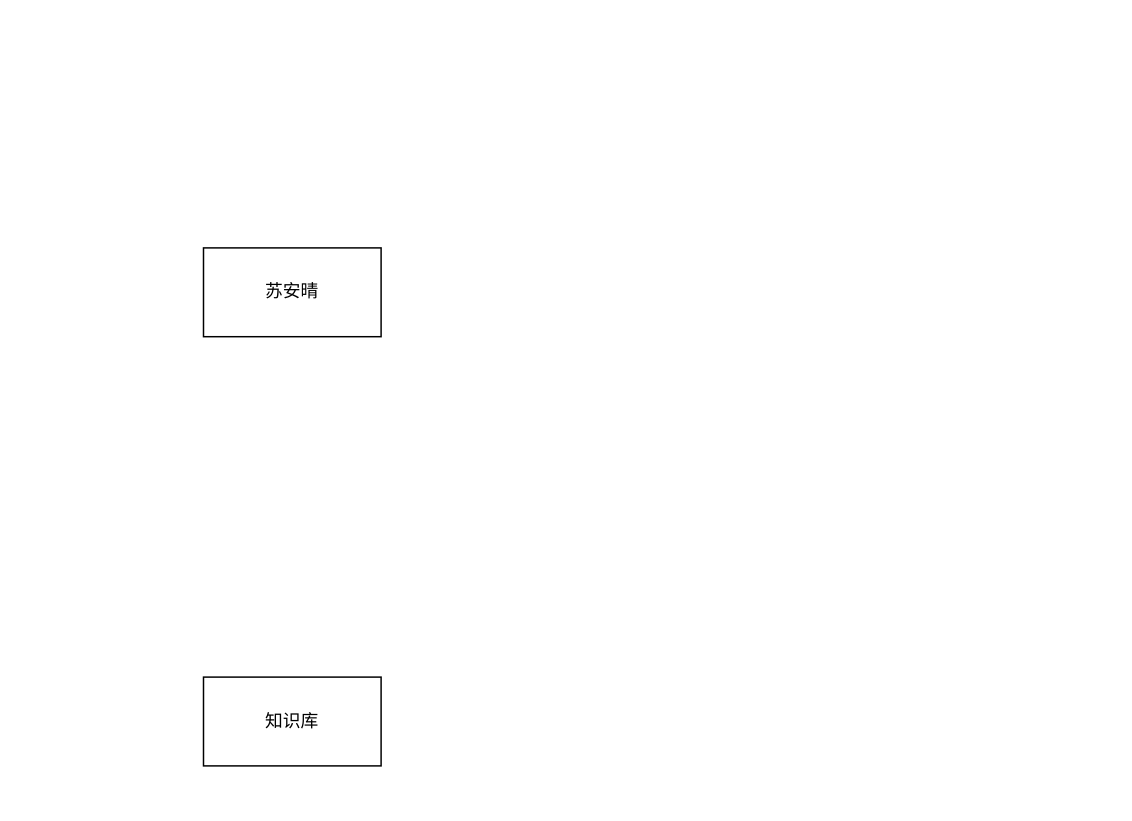
Earlier version of the draw.io diagram drawio/yj-个人知识库.drawio (wanthigh/docs). Source tidied: cells renumbered, new cells numbered last; positions are measured from the earlier drawing's top-left corner, leaving out a move shared by most shapes. Both pictures are drawn from the tidied source at 148%, with x=0, y=0 at pixel (203, 247).
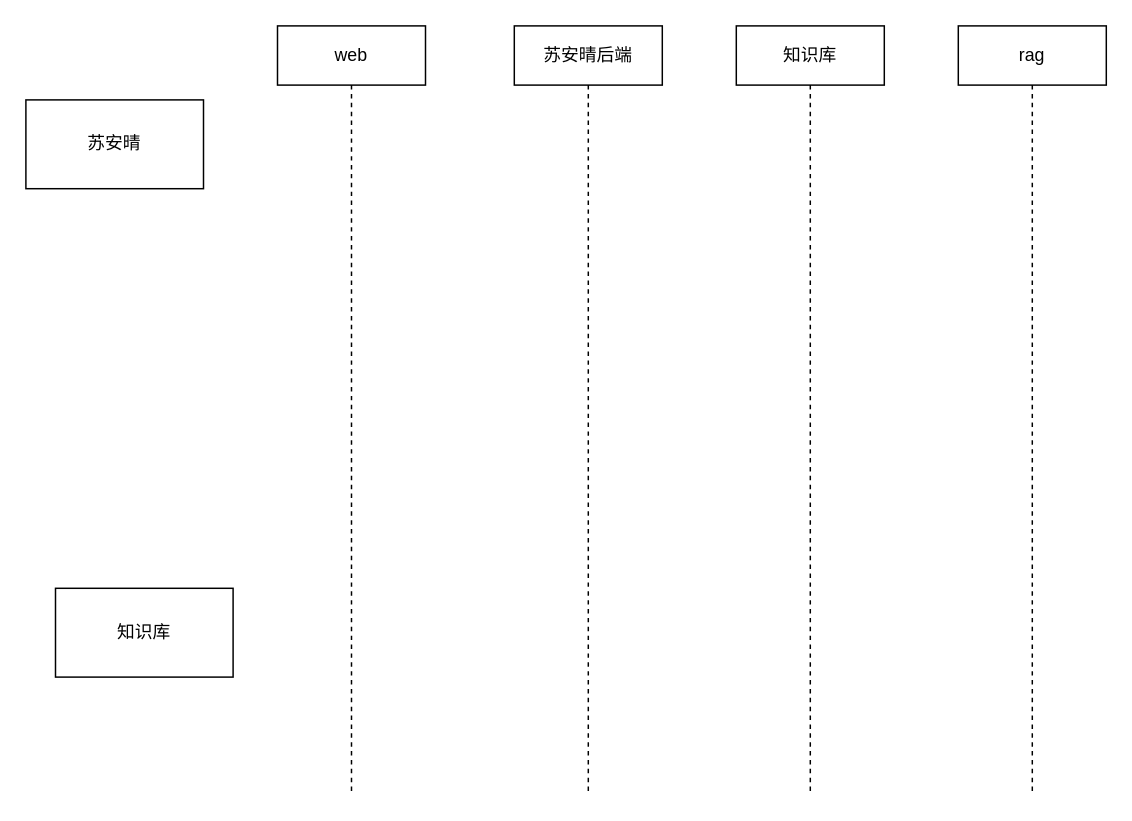
After the change.

Commit message (it also covers changes not shown here):
更新yj-个人知识库.drawio

The edit, as a diff of the source:
```diff
@@
 <mxGraphModel>
   <root>
     <mxCell id="0" />
     <mxCell id="1" parent="0" />
     <mxCell id="2" value="知识库" style="rounded=0;whiteSpace=wrap;html=1;" parent="1" vertex="1">
-      <mxGeometry y="290" width="120" height="60" as="geometry" />
+      <mxGeometry x="-100" y="230" width="120" height="60" as="geometry" />
     </mxCell>
     <mxCell id="3" value="苏安晴" style="rounded=0;whiteSpace=wrap;html=1;" parent="1" vertex="1">
-      <mxGeometry width="120" height="60" as="geometry" />
+      <mxGeometry x="-120" y="-100" width="120" height="60" as="geometry" />
     </mxCell>
+    <mxCell id="4" value="web" style="shape=umlLifeline;perimeter=lifelinePerimeter;whiteSpace=wrap;html=1;newEdgeStyle={&quot;curved&quot;:0,&quot;rounded&quot;:0};" parent="1" vertex="1">
+      <mxGeometry x="50" y="-150" width="100" height="520" as="geometry" />
+    </mxCell>
+    <mxCell id="5" value="苏安晴后端" style="shape=umlLifeline;perimeter=lifelinePerimeter;whiteSpace=wrap;html=1;newEdgeStyle={&quot;curved&quot;:0,&quot;rounded&quot;:0};" parent="1" vertex="1">
+      <mxGeometry x="210" y="-150" width="100" height="520" as="geometry" />
+    </mxCell>
+    <mxCell id="6" value="知识库" style="shape=umlLifeline;perimeter=lifelinePerimeter;whiteSpace=wrap;html=1;newEdgeStyle={&quot;curved&quot;:0,&quot;rounded&quot;:0};" parent="1" vertex="1">
+      <mxGeometry x="360" y="-150" width="100" height="520" as="geometry" />
+    </mxCell>
+    <mxCell id="7" value="rag" style="shape=umlLifeline;perimeter=lifelinePerimeter;whiteSpace=wrap;html=1;newEdgeStyle={&quot;curved&quot;:0,&quot;rounded&quot;:0};" parent="1" vertex="1">
+      <mxGeometry x="510" y="-150" width="100" height="520" as="geometry" />
+    </mxCell>
   </root>
 </mxGraphModel>
```
